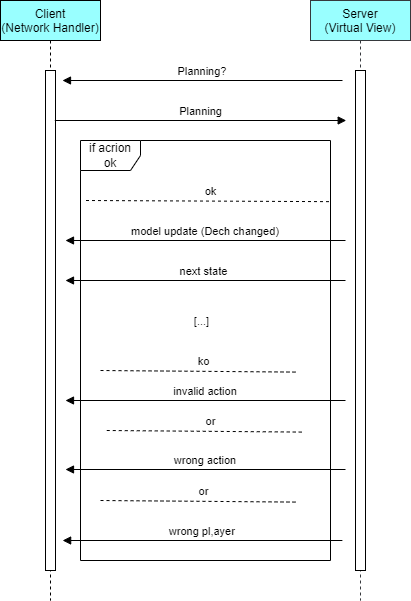
Earlier version of the draw.io export deliveries/Sequence_Diagram_Examples/planning_phase.png (Alessandro-Mosconi/ing-sw-2022-mercurio-miranda-mosconi). Source tidied: cells renumbered, new cells last; positions are measured from the earlier drawing's top-left corner, leaving out a move shared by most shapes.
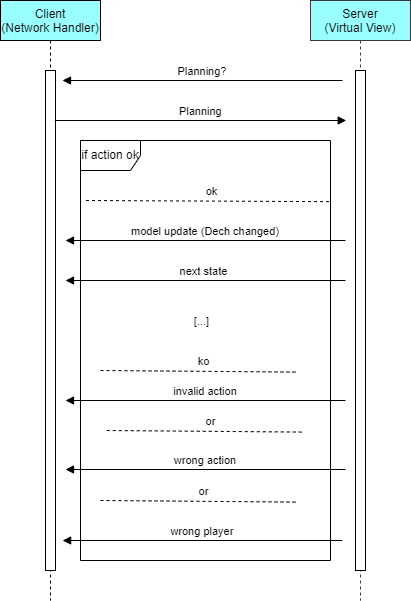
Later version of the same file.

Commit message:
Communication Protocol with sequence diagram

What changed in the source:
```diff
@@ -8,7 +8,7 @@
     <mxCell id="3" style="perimeter=orthogonalPerimeter;rounded=0;shadow=0;strokeWidth=1;" parent="2" vertex="1">
       <mxGeometry x="45" y="70" width="10" height="190" as="geometry" />
     </mxCell>
-    <mxCell id="4" value="if acrion ok" style="shape=umlFrame;whiteSpace=wrap;html=1;" parent="1" vertex="1">
+    <mxCell id="4" value="if action ok" style="shape=umlFrame;whiteSpace=wrap;html=1;" parent="1" vertex="1">
       <mxGeometry x="80" y="140" width="250" height="420" as="geometry" />
     </mxCell>
     <mxCell id="5" value="Server&#10;(Virtual View)" style="shape=umlLifeline;perimeter=lifelinePerimeter;rounded=0;shadow=0;strokeWidth=1;fillColor=#99FFFF;strokeColor=#36393d;" parent="1" vertex="1">
@@ -77,7 +77,7 @@
         <mxPoint x="14" y="-12" as="offset" />
       </mxGeometry>
     </mxCell>
-    <mxCell id="18" value="wrong pl,ayer" style="verticalAlign=bottom;endArrow=block;shadow=0;strokeWidth=1;" parent="1" edge="1">
+    <mxCell id="18" value="wrong player" style="verticalAlign=bottom;endArrow=block;shadow=0;strokeWidth=1;" parent="1" edge="1">
       <mxGeometry relative="1" as="geometry">
         <mxPoint x="341.9" y="540" as="sourcePoint" />
         <mxPoint x="62.1" y="540" as="targetPoint" />
```
